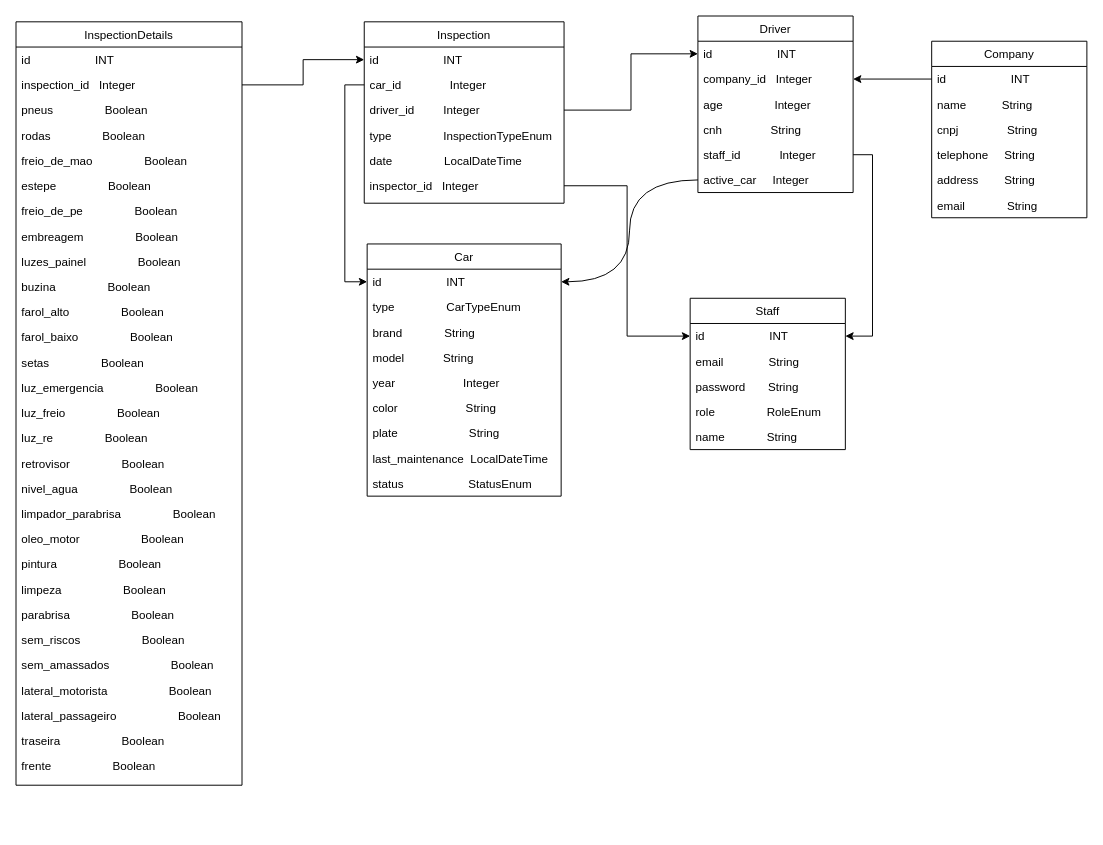
rodrigomero/portaria-ps-sinc keeps this draw.io diagram as bd diagram.drawio. Above is the earlier version. Source tidied: cells renumbered, new cells numbered last; positions are measured from the earlier drawing's top-left corner, leaving out a move shared by most shapes. Both pictures are drawn from the tidied source at 97%, with x=0, y=0 at pixel (16, 16).
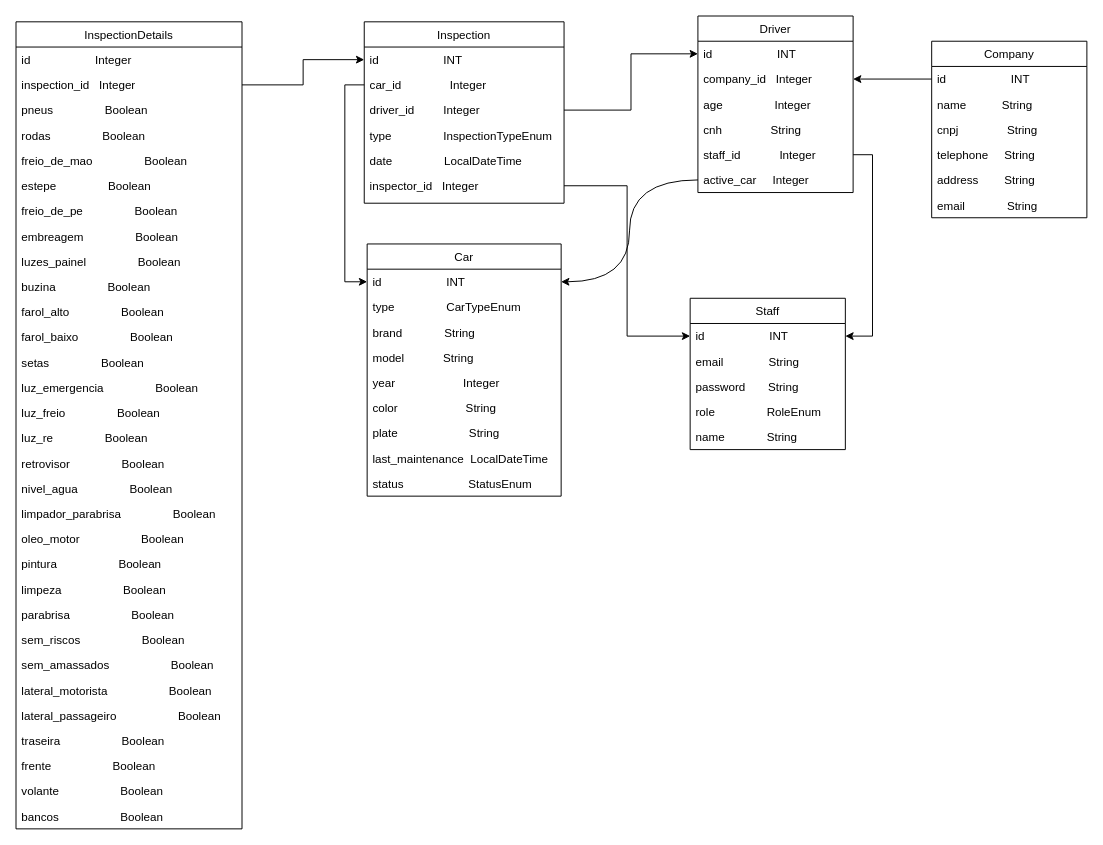
Above is the later version.

Commit message:
:memo: Updated table diagram

Change to the diagram source:
```diff
@@
     <mxCell id="45" value="InspectionDetails" style="swimlane;fontStyle=0;align=center;verticalAlign=top;horizontal=1;startSize=26;rounded=0;shadow=0;strokeWidth=1;" parent="1" vertex="1">
-      <mxGeometry y="6" width="233" height="787" as="geometry" />
+      <mxGeometry y="6" width="233" height="832" as="geometry" />
     </mxCell>
-    <mxCell id="46" value="id                    INT   " style="text;align=left;verticalAlign=top;spacingLeft=4;spacingRight=4;overflow=hidden;" parent="45" vertex="1">
+    <mxCell id="46" value="id                    Integer" style="text;align=left;verticalAlign=top;spacingLeft=4;spacingRight=4;overflow=hidden;" parent="45" vertex="1">
       <mxGeometry y="26" width="233" height="26" as="geometry" />
     </mxCell>
@@
+    <mxCell id="76" value="volante                   Boolean   " style="text;align=left;verticalAlign=top;spacingLeft=4;spacingRight=4;overflow=hidden;rounded=0;shadow=0;html=0;" parent="45" vertex="1">
+      <mxGeometry y="780" width="233" height="26" as="geometry" />
+    </mxCell>
+    <mxCell id="77" value="bancos                   Boolean   " style="text;align=left;verticalAlign=top;spacingLeft=4;spacingRight=4;overflow=hidden;rounded=0;shadow=0;html=0;" parent="45" vertex="1">
+      <mxGeometry y="806" width="233" height="26" as="geometry" />
+    </mxCell>
```
